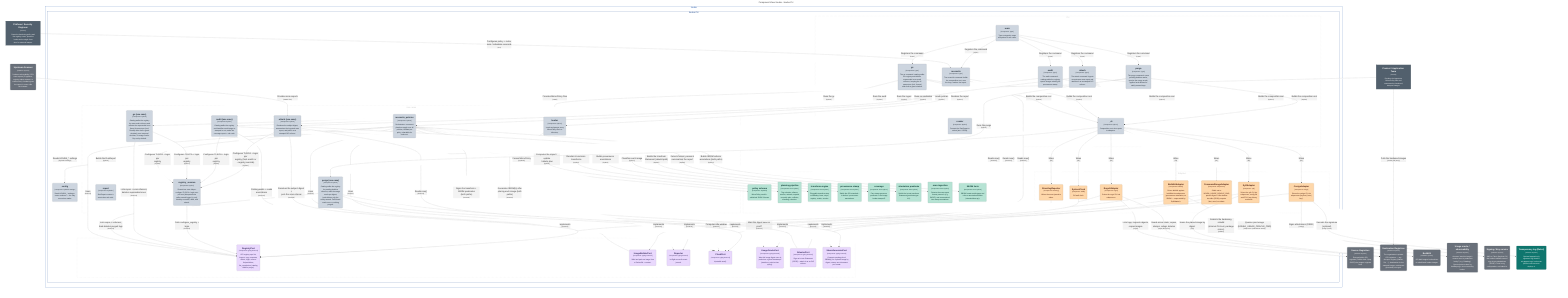
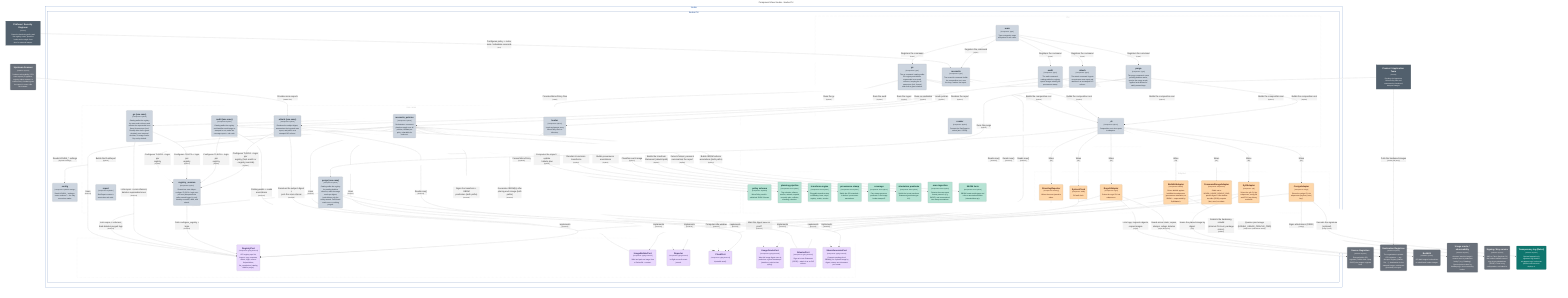
graph LR
  linkStyle default fill:#ffffff

  subgraph diagram ["Component View: houba - houba CLI"]
    style diagram fill:#ffffff,stroke:#ffffff

    1["<div style='font-weight: bold'>Platform / Security Engineer</div><div style='font-size: 70%; margin-top: 0px'>[Person]</div><div style='font-size: 80%; margin-top:10px'>Owns the hardening policy and<br />the registry roster; operates<br />houba as the single front<br />door for external images.</div>"]
    style 1 fill:#52606d,stroke:#39434c,color:#ffffff
    2["<div style='font-weight: bold'>Product / Application Team</div><div style='font-size: 70%; margin-top: 0px'>[Person]</div><div style='font-size: 80%; margin-top:10px'>Declares its imports as<br />MirrorPolicy files and<br />consumes the hardened,<br />stamped images.</div>"]
    style 2 fill:#52606d,stroke:#39434c,color:#ffffff

    50("<div style='font-weight: bold'>Source Registries</div><div style='font-size: 70%; margin-top: 0px'>[Software System]</div><div style='font-size: 80%; margin-top:10px'>External public OCI<br />registries (Docker Hub, Quay,<br />GHCR) the images originate<br />from.</div>")
    style 50 fill:#69707a,stroke:#494e55,color:#ffffff
    51("<div style='font-weight: bold'>Destination Registries</div><div style='font-size: 70%; margin-top: 0px'>[Software System]</div><div style='font-size: 80%; margin-top:10px'>The organization's private<br />OCI registries — any<br />dist-spec registry (Harbor,<br />Zot, …); destination for the<br />stamped images, addressed<br />generically via regctl.</div>")
    style 51 fill:#69707a,stroke:#494e55,color:#ffffff
    52("<div style='font-weight: bold'>BuildKit</div><div style='font-size: 70%; margin-top: 0px'>[Software System]</div><div style='font-size: 80%; margin-top:10px'>OCI build engine houba drives<br />to rebuild and harden images.</div>")
    style 52 fill:#69707a,stroke:#494e55,color:#ffffff
    56("<div style='font-weight: bold'>Usage oracle / observability</div><div style='font-size: 70%; margin-top: 0px'>[Software System]</div><div style='font-size: 80%; margin-top:10px'>Answers 'was this image's<br />content seen in production<br />lately?' (e.g. Datadog).<br />Queried point-in-time by<br />houba purge; never owned by<br />houba.</div>")
    style 56 fill:#69707a,stroke:#494e55,color:#ffffff
    57("<div style='font-weight: bold'>Signing / Key service</div><div style='font-size: 70%; margin-top: 0px'>[Software System]</div><div style='font-size: 80%; margin-top:10px'>KMS or Fulcio (keyless CA)<br />that houba's attestor uses to<br />sign in-toto attestations<br />(DSSE). Trust is org<br />configuration, not baked in.</div>")
    style 57 fill:#69707a,stroke:#494e55,color:#ffffff
    58("<div style='font-weight: bold'>Transparency log (Rekor)</div><div style='font-size: 70%; margin-top: 0px'>[Software System]</div><div style='font-size: 80%; margin-top:10px'>Optional append-only<br />signature log; blank in<br />air-gapped orgs. houba can<br />point at one but never<br />deploys it.</div>")
    style 58 fill:#0f766e,stroke:#0a524d,color:#ffffff
    59("<div style='font-weight: bold'>Upstream Scanner</div><div style='font-size: 70%; margin-top: 0px'>[Software System]</div><div style='font-size: 80%; margin-top:10px'>Produces vulnerability / EOL<br />scan reports (CI pipeline,<br />registry-native scanner, or<br />scan service). houba ingests<br />the report; it never calls<br />the scanner.</div>")
    style 59 fill:#69707a,stroke:#494e55,color:#ffffff

    subgraph 4 ["houba"]
      style 4 fill:#ffffff,stroke:#154da4,color:#154da4

      subgraph 5 ["houba CLI"]
        style 5 fill:#ffffff,stroke:#19458c,color:#19458c

        subgraph group1 ["Adapters"]
          style group1 fill:#ffffff,stroke:#cccccc,color:#cccccc,stroke-dasharray:5

          37("<div style='font-weight: bold'>RegctlAdapter</div><div style='font-size: 70%; margin-top: 0px'>[Component: regctl]</div><div style='font-size: 80%; margin-top:10px'>Drives the regctl CLI via<br />subprocess.</div>")
          style 37 fill:#fed7aa,stroke:#b19676,color:#4a1b0c
          38("<div style='font-weight: bold'>BuildkitAdapter</div><div style='font-size: 70%; margin-top: 0px'>[Component: buildctl]</div><div style='font-size: 80%; margin-top:10px'>Drives buildctl against<br />buildkitd via subprocess<br />(provenance attestation; no<br />SBOM — superseded by<br />SyftAdapter).</div>")
          style 38 fill:#fed7aa,stroke:#b19676,color:#4a1b0c
          39("<div style='font-weight: bold'>StructlogReporter</div><div style='font-size: 70%; margin-top: 0px'>[Component: structlog]</div><div style='font-size: 80%; margin-top:10px'>Writes the event journal to<br />stderr.</div>")
          style 39 fill:#fed7aa,stroke:#b19676,color:#4a1b0c
          40("<div style='font-weight: bold'>SystemClock</div><div style='font-size: 70%; margin-top: 0px'>[Component: stdlib]</div><div style='font-size: 80%; margin-top:10px'>OS wall clock.</div>")
          style 40 fill:#fed7aa,stroke:#b19676,color:#4a1b0c
          41("<div style='font-weight: bold'>CommandUsageAdapter</div><div style='font-size: 70%; margin-top: 0px'>[Component: subprocess]</div><div style='font-size: 80%; margin-top:10px'>Shells out to<br />HOUBA_USAGE_ORACLE_CMD;<br />passes digest + idle window<br />via stdin (JSON); expects<br />{last_seen} on stdout.</div>")
          style 41 fill:#fed7aa,stroke:#b19676,color:#4a1b0c
          42("<div style='font-weight: bold'>CosignAdapter</div><div style='font-size: 70%; margin-top: 0px'>[Component: cosign]</div><div style='font-size: 80%; margin-top:10px'>Drives the cosign CLI via<br />subprocess (keyless | kms |<br />key).</div>")
          style 42 fill:#fed7aa,stroke:#b19676,color:#4a1b0c
          43("<div style='font-weight: bold'>SyftAdapter</div><div style='font-size: 70%; margin-top: 0px'>[Component: syft]</div><div style='font-size: 80%; margin-top:10px'>Drives the syft CLI via<br />subprocess; config-file<br />auth/TLS; lazy binary<br />resolution.</div>")
          style 43 fill:#fed7aa,stroke:#b19676,color:#4a1b0c
        end

        subgraph group2 ["CLI"]
          style group2 fill:#ffffff,stroke:#cccccc,color:#cccccc,stroke-dasharray:5

          10("<div style='font-weight: bold'>attach</div><div style='font-size: 70%; margin-top: 0px'>[Component: Typer]</div><div style='font-size: 80%; margin-top:10px'>The attach command: ingests<br />an upstream scan report and<br />attaches it as a stamped OCI<br />referrer.</div>")
          style 10 fill:#cdd5df,stroke:#8f959c,color:#1f2933
          11("<div style='font-weight: bold'>gc</div><div style='font-size: 70%; margin-top: 0px'>[Component: Typer]</div><div style='font-size: 80%; margin-top:10px'>The gc command: catalog-walks<br />the registry and deletes<br />superseded scan-result<br />referrers, keeping the N<br />newest per (tool, format)<br />older than a grace window.</div>")
          style 11 fill:#cdd5df,stroke:#8f959c,color:#1f2933
          12("<div style='font-weight: bold'>render</div><div style='font-size: 70%; margin-top: 0px'>[Component: Python]</div><div style='font-size: 80%; margin-top:10px'>Formats the RunReport to<br />stdout (text / JSON).</div>")
          style 12 fill:#cdd5df,stroke:#8f959c,color:#1f2933
          13("<div style='font-weight: bold'>_di</div><div style='font-size: 70%; margin-top: 0px'>[Component: Python]</div><div style='font-size: 80%; margin-top:10px'>Composition root: wires ports<br />to adapters.</div>")
          style 13 fill:#cdd5df,stroke:#8f959c,color:#1f2933
          6("<div style='font-weight: bold'>main</div><div style='font-size: 70%; margin-top: 0px'>[Component: Typer]</div><div style='font-size: 80%; margin-top:10px'>Typer entrypoint; maps<br />exceptions to exit codes.</div>")
          style 6 fill:#cdd5df,stroke:#8f959c,color:#1f2933
          7("<div style='font-weight: bold'>reconcile</div><div style='font-size: 70%; margin-top: 0px'>[Component: Typer]</div><div style='font-size: 80%; margin-top:10px'>The reconcile command: builds<br />the composition root, runs<br />the loop, renders the report.</div>")
          style 7 fill:#cdd5df,stroke:#8f959c,color:#1f2933
          8("<div style='font-weight: bold'>purge</div><div style='font-size: 70%; margin-top: 0px'>[Component: Typer]</div><div style='font-size: 80%; margin-top:10px'>The purge command: scans<br />pending-deletion marks,<br />queries the usage oracle,<br />applies hard-deletes for<br />safely-unused tags.</div>")
          style 8 fill:#cdd5df,stroke:#8f959c,color:#1f2933
          9("<div style='font-weight: bold'>audit</div><div style='font-size: 70%; margin-top: 0px'>[Component: Typer]</div><div style='font-size: 80%; margin-top:10px'>The audit command:<br />catalog-walks the registry,<br />reports images missing the<br />provenance stamp.</div>")
          style 9 fill:#cdd5df,stroke:#8f959c,color:#1f2933
        end

        subgraph group3 ["Domain (pure)"]
          style group3 fill:#ffffff,stroke:#cccccc,color:#cccccc,stroke-dasharray:5

          22("<div style='font-weight: bold'>policy schema</div><div style='font-size: 70%; margin-top: 0px'>[Component: Pydantic]</div><div style='font-size: 80%; margin-top:10px'>MirrorPolicy model +<br />published JSON Schema.</div>")
          style 22 fill:#b6e3d4,stroke:#7f9e94,color:#04342c
          23("<div style='font-weight: bold'>planning pipeline</div><div style='font-size: 70%; margin-top: 0px'>[Component: Pure Python]</div><div style='font-size: 80%; margin-top:10px'>Tag selection, aliases,<br />semver, variants, expand,<br />reconcile plan, collision,<br />sharding, retention.</div>")
          style 23 fill:#b6e3d4,stroke:#7f9e94,color:#04342c
          24("<div style='font-weight: bold'>transform engine</div><div style='font-size: 70%; margin-top: 0px'>[Component: Pure Python]</div><div style='font-size: 80%; margin-top:10px'>Pluggable transform-step<br />vocabulary: base, steps,<br />registry, render, version.</div>")
          style 24 fill:#b6e3d4,stroke:#7f9e94,color:#04342c
          25("<div style='font-weight: bold'>provenance stamp</div><div style='font-size: 70%; margin-top: 0px'>[Component: Pure Python]</div><div style='font-size: 80%; margin-top:10px'>Builds the OCI-standard +<br />io.houba.* provenance<br />annotations.</div>")
          style 25 fill:#b6e3d4,stroke:#7f9e94,color:#04342c
          26("<div style='font-weight: bold'>coverage</div><div style='font-size: 70%; margin-top: 0px'>[Component: Pure Python]</div><div style='font-size: 80%; margin-top:10px'>Pure stamp-presence<br />predicate: is the image<br />houba-stamped?</div>")
          style 26 fill:#b6e3d4,stroke:#7f9e94,color:#04342c
          27("<div style='font-weight: bold'>attestation predicate</div><div style='font-size: 70%; margin-top: 0px'>[Component: Pure Python]</div><div style='font-size: 80%; margin-top:10px'>Builds the in-toto transform<br />Statement (predicate type<br />/v1).</div>")
          style 27 fill:#b6e3d4,stroke:#7f9e94,color:#04342c
          28("<div style='font-weight: bold'>scan ingestion</div><div style='font-size: 70%; margin-top: 0px'>[Component: Pure Python]</div><div style='font-size: 80%; margin-top:10px'>Detects the scan-report<br />format, parses it (e.g.<br />SARIF), and summarizes it<br />into stamp annotations.</div>")
          style 28 fill:#b6e3d4,stroke:#7f9e94,color:#04342c
          29("<div style='font-weight: bold'>SBOM facts</div><div style='font-size: 70%; margin-top: 0px'>[Component: Pure Python]</div><div style='font-size: 80%; margin-top:10px'>SBOM format media-types and<br />referrer annotation builder<br />(domain/sbom.py).</div>")
          style 29 fill:#b6e3d4,stroke:#7f9e94,color:#04342c
        end

        subgraph group4 ["Ports"]
          style group4 fill:#ffffff,stroke:#cccccc,color:#cccccc,stroke-dasharray:5

          30("<div style='font-weight: bold'>RegistryPort</div><div style='font-size: 70%; margin-top: 0px'>[Component: typing.Protocol]</div><div style='font-size: 80%; margin-top:10px'>OCI registry ops: list,<br />inspect, copy, annotate,<br />delete, login, referrer<br />list/put/delete;<br />list_repositories (catalog<br />walk for purge).</div>")
          style 30 fill:#e9d8fd,stroke:#a397b1,color:#322659
          31("<div style='font-weight: bold'>ImageBuilderPort</div><div style='font-size: 70%; margin-top: 0px'>[Component: typing.Protocol]</div><div style='font-size: 80%; margin-top:10px'>Build and push an image from<br />a Dockerfile + context.</div>")
          style 31 fill:#e9d8fd,stroke:#a397b1,color:#322659
          32("<div style='font-weight: bold'>Reporter</div><div style='font-size: 70%; margin-top: 0px'>[Component: typing.Protocol]</div><div style='font-size: 80%; margin-top:10px'>In-flight reconcile event<br />journal.</div>")
          style 32 fill:#e9d8fd,stroke:#a397b1,color:#322659
          33("<div style='font-weight: bold'>ClockPort</div><div style='font-size: 70%; margin-top: 0px'>[Component: typing.Protocol]</div><div style='font-size: 80%; margin-top:10px'>Injectable now().</div>")
          style 33 fill:#e9d8fd,stroke:#a397b1,color:#322659
          34("<div style='font-weight: bold'>UsageOraclePort</div><div style='font-size: 70%; margin-top: 0px'>[Component: typing.Protocol]</div><div style='font-size: 80%; margin-top:10px'>Was this image digest seen in<br />prod since a given timestamp?<br />(stateless, point-in-time<br />query).</div>")
          style 34 fill:#e9d8fd,stroke:#a397b1,color:#322659
          35("<div style='font-weight: bold'>AttestorPort</div><div style='font-size: 70%; margin-top: 0px'>[Component: typing.Protocol]</div><div style='font-size: 80%; margin-top:10px'>Sign an in-toto Statement<br />(DSSE) + attach it as an OCI<br />referrer.</div>")
          style 35 fill:#e9d8fd,stroke:#a397b1,color:#322659
          36("<div style='font-weight: bold'>SbomGeneratorPort</div><div style='font-size: 70%; margin-top: 0px'>[Component: typing.Protocol]</div><div style='font-size: 80%; margin-top:10px'>Generate package-level<br />SBOM(s) for a placed image by<br />digest; returns one document<br />per format.</div>")
          style 36 fill:#e9d8fd,stroke:#a397b1,color:#322659
        end

        subgraph group5 ["Use cases"]
          style group5 fill:#ffffff,stroke:#cccccc,color:#cccccc,stroke-dasharray:5

          14("<div style='font-weight: bold'>loader</div><div style='font-size: 70%; margin-top: 0px'>[Component: Python]</div><div style='font-size: 80%; margin-top:10px'>Loads and parses every<br />MirrorPolicy file in a<br />directory.</div>")
          style 14 fill:#cdd5df,stroke:#8f959c,color:#1f2933
          15("<div style='font-weight: bold'>reconcile_policies</div><div style='font-size: 70%; margin-top: 0px'>[Component: Python]</div><div style='font-size: 80%; margin-top:10px'>Orchestrator: concurrent<br />plan-then-apply over all<br />policies, isolated per<br />policy, shardable for<br />scale-out.</div>")
          style 15 fill:#cdd5df,stroke:#8f959c,color:#1f2933
          16("<div style='font-weight: bold'>purge (use case)</div><div style='font-size: 70%; margin-top: 0px'>[Component: Python]</div><div style='font-size: 80%; margin-top:10px'>Catalog-walks the registry<br />for pending-deletion<br />referrers; asks the usage<br />oracle per digest;<br />hard-deletes only the<br />safely-unused. Fail-closed:<br />oracle error ⇒ nothing<br />purged.</div>")
          style 16 fill:#cdd5df,stroke:#8f959c,color:#1f2933
          17("<div style='font-weight: bold'>audit (use case)</div><div style='font-size: 70%; margin-top: 0px'>[Component: Python]</div><div style='font-size: 80%; margin-top:10px'>Catalog-walks the registry<br />and classifies each image as<br />stamped or not; emits the<br />coverage report + exit code.</div>")
          style 17 fill:#cdd5df,stroke:#8f959c,color:#1f2933
          18("<div style='font-weight: bold'>attach (use case)</div><div style='font-size: 70%; margin-top: 0px'>[Component: Python]</div><div style='font-size: 80%; margin-top:10px'>Resolves the subject digest,<br />summarizes the ingested scan<br />report, and puts it as a<br />stamped OCI referrer.</div>")
          style 18 fill:#cdd5df,stroke:#8f959c,color:#1f2933
          19("<div style='font-weight: bold'>gc (use case)</div><div style='font-size: 70%; margin-top: 0px'>[Component: Python]</div><div style='font-size: 80%; margin-top:10px'>Catalog-walks the registry<br />for scan-result referrers and<br />collects the superseded ones<br />(keep N newest per (tool,<br />format) older than a grace<br />window); pure temporal<br />decision, no usage oracle.<br />Dry-run by default.</div>")
          style 19 fill:#cdd5df,stroke:#8f959c,color:#1f2933
          20("<div style='font-weight: bold'>report</div><div style='font-size: 70%; margin-top: 0px'>[Component: Pydantic]</div><div style='font-size: 80%; margin-top:10px'>RunReport contract +<br />worst-wins exit code.</div>")
          style 20 fill:#cdd5df,stroke:#8f959c,color:#1f2933
          21("<div style='font-weight: bold'>registry_session</div><div style='font-size: 70%; margin-top: 0px'>[Component: Python]</div><div style='font-size: 80%; margin-top:10px'>Shared use-case helper:<br />configure TLS/CA + login once<br />per host (idempotent via<br />caller-owned logged_in set).<br />Used by reconcile, audit, and<br />attach.</div>")
          style 21 fill:#cdd5df,stroke:#8f959c,color:#1f2933
        end

        44("<div style='font-weight: bold'>config</div><div style='font-size: 70%; margin-top: 0px'>[Component: Pydantic Settings]</div><div style='font-size: 80%; margin-top:10px'>Reads HOUBA_* settings +<br />roster resolvers — the only<br />os.environ reader.</div>")
        style 44 fill:#cdd5df,stroke:#8f959c,color:#1f2933
      end

    end

    8-. "<div>Reads now()</div><div style='font-size: 70%'>[Protocol]</div>" .->33
    11-. "<div>Builds the composition root</div><div style='font-size: 70%'>[Python]</div>" .->13
    11-. "<div>Runs the gc</div><div style='font-size: 70%'>[Python]</div>" .->19
    11-. "<div>Reads now()</div><div style='font-size: 70%'>[Protocol]</div>" .->33
    7-. "<div>Builds the composition root</div><div style='font-size: 70%'>[Python]</div>" .->13
    7-. "<div>Loads policies</div><div style='font-size: 70%'>[Python]</div>" .->14
    7-. "<div>Runs reconciliation</div><div style='font-size: 70%'>[Python]</div>" .->15
    7-. "<div>Renders the report</div><div style='font-size: 70%'>[Python]</div>" .->12
    7-. "<div>Reads now()</div><div style='font-size: 70%'>[Protocol]</div>" .->33
    13-. "<div>Reads HOUBA_* settings</div><div style='font-size: 70%'>[Pydantic Settings]</div>" .->44
    13-. "<div>Wires</div><div style='font-size: 70%'>[DI]</div>" .->37
    13-. "<div>Wires</div><div style='font-size: 70%'>[DI]</div>" .->38
    13-. "<div>Wires</div><div style='font-size: 70%'>[DI]</div>" .->39
    13-. "<div>Wires</div><div style='font-size: 70%'>[DI]</div>" .->40
    13-. "<div>Wires</div><div style='font-size: 70%'>[DI]</div>" .->41
    14-. "<div>Parses MirrorPolicy</div><div style='font-size: 70%'>[Pydantic]</div>" .->22
    15-. "<div>Builds the RunReport</div><div style='font-size: 70%'>[Python]</div>" .->20
    15-. "<div>Computes the import / update<br />/ delete plan</div><div style='font-size: 70%'>[Python]</div>" .->23
    15-. "<div>Renders & versions transforms</div><div style='font-size: 70%'>[Python]</div>" .->24
    15-. "<div>Builds provenance annotations</div><div style='font-size: 70%'>[Python]</div>" .->25
    15-. "<div>Uses</div><div style='font-size: 70%'>[Protocol]</div>" .->30
    15-. "<div>Uses</div><div style='font-size: 70%'>[Protocol]</div>" .->31
    15-. "<div>Uses</div><div style='font-size: 70%'>[Protocol]</div>" .->32
    15-. "<div>Configures TLS/CA + login per<br />registry</div><div style='font-size: 70%'>[Python]</div>" .->21
    16-. "<div>Lists repos + referrers;<br />hard-deletes purged tags</div><div style='font-size: 70%'>[Protocol]</div>" .->30
    16-. "<div>Was this digest seen in prod?</div><div style='font-size: 70%'>[Protocol]</div>" .->34
    16-. "<div>Computes idle window</div><div style='font-size: 70%'>[Protocol]</div>" .->33
    19-. "<div>Lists repos + scan referrers;<br />deletes superseded ones</div><div style='font-size: 70%'>[Protocol]</div>" .->30
    19-. "<div>Configures TLS/CA + login per<br />registry</div><div style='font-size: 70%'>[Python]</div>" .->21
    21-. "<div>Calls configure_registry +<br />login</div><div style='font-size: 70%'>[Protocol]</div>" .->30
    37-. "<div>Implements</div><div style='font-size: 70%'>[Protocol]</div>" .->30
    38-. "<div>Implements</div><div style='font-size: 70%'>[Protocol]</div>" .->31
    39-. "<div>Implements</div><div style='font-size: 70%'>[Protocol]</div>" .->32
    40-. "<div>Implements</div><div style='font-size: 70%'>[Protocol]</div>" .->33
    41-. "<div>Implements</div><div style='font-size: 70%'>[Protocol]</div>" .->34
    37-. "<div>Lists tags, inspects digests,<br />copies images</div><div style='font-size: 70%'>[regctl]</div>" .->50
    37-. "<div>Reads mirror state; copies,<br />stamps, retags, deletes</div><div style='font-size: 70%'>[regctl (dist-spec)]</div>" .->51
    38-. "<div>Submits the hardening rebuild<br />(internal CA trust, package<br />mirror)</div><div style='font-size: 70%'>[buildctl]</div>" .->52
    41-. "<div>Queries prod usage<br />(HOUBA_USAGE_ORACLE_CMD)</div><div style='font-size: 70%'>[subprocess (stdin/stdout JSON)]</div>" .->56
    15-. "<div>Builds the transform<br />Statement (rebuild path)</div><div style='font-size: 70%'>[Python]</div>" .->27
-     15-. "<div>Signs the transform + SBOM predicates<br />(both paths)</div><div style='font-size: 70%'>[Protocol]</div>" .->35
+     15-. "<div>Signs the transform + SBOM<br />predicates (both paths)</div><div style='font-size: 70%'>[Protocol]</div>" .->35
    15-. "<div>Builds SBOM referrer<br />annotations (both paths)</div><div style='font-size: 70%'>[Python]</div>" .->29
    13-. "<div>Wires</div><div style='font-size: 70%'>[DI]</div>" .->42
    42-. "<div>Implements</div><div style='font-size: 70%'>[Protocol]</div>" .->35
    42-. "<div>Signs attestations (DSSE)</div><div style='font-size: 70%'>[cosign]</div>" .->57
    42-. "<div>Records the signature<br />(optional)</div><div style='font-size: 70%'>[cosign / rekor]</div>" .->58
    13-. "<div>Wires</div><div style='font-size: 70%'>[DI]</div>" .->43
    43-. "<div>Implements</div><div style='font-size: 70%'>[Protocol]</div>" .->36
    15-. "<div>Generates SBOM(s) after<br />placing each image (both<br />paths)</div><div style='font-size: 70%'>[Protocol]</div>" .->36
    43-. "<div>Scans the placed image by<br />digest</div><div style='font-size: 70%'>[syft]</div>" .->51
    2-. "<div>Pulls the hardened images</div><div style='font-size: 70%'>[docker pull (OCI)]</div>" .->51
    1-. "<div>Configures policy + roster,<br />runs / schedules reconcile</div><div style='font-size: 70%'>[CLI]</div>" .->7
    2-. "<div>Provides MirrorPolicy files</div><div style='font-size: 70%'>[YAML]</div>" .->14
    6-. "<div>Registers the command</div><div style='font-size: 70%'>[Typer]</div>" .->7
    6-. "<div>Registers the command</div><div style='font-size: 70%'>[Typer]</div>" .->8
    6-. "<div>Registers the command</div><div style='font-size: 70%'>[Typer]</div>" .->9
    6-. "<div>Registers the command</div><div style='font-size: 70%'>[Typer]</div>" .->10
    6-. "<div>Registers the command</div><div style='font-size: 70%'>[Typer]</div>" .->11
    9-. "<div>Builds the composition root</div><div style='font-size: 70%'>[Python]</div>" .->13
    9-. "<div>Runs the audit</div><div style='font-size: 70%'>[Python]</div>" .->17
    17-. "<div>Classifies each image</div><div style='font-size: 70%'>[Python]</div>" .->26
    17-. "<div>Catalog-walks + reads<br />annotations</div><div style='font-size: 70%'>[Protocol]</div>" .->30
    17-. "<div>Configures TLS/CA + login per<br />registry</div><div style='font-size: 70%'>[Python]</div>" .->21
    10-. "<div>Builds the composition root</div><div style='font-size: 70%'>[Python]</div>" .->13
    10-. "<div>Runs the ingest</div><div style='font-size: 70%'>[Python]</div>" .->18
    59-. "<div>Provides scan reports</div><div style='font-size: 70%'>[SARIF / file]</div>" .->18
    18-. "<div>Detects format, parses &<br />summarizes the report</div><div style='font-size: 70%'>[Python]</div>" .->28
    18-. "<div>Resolves the subject digest +<br />puts the scan referrer</div><div style='font-size: 70%'>[Protocol]</div>" .->30
    18-. "<div>Reads now()</div><div style='font-size: 70%'>[Protocol]</div>" .->33
    18-. "<div>Configures TLS/CA + login per<br />registry (host-match or<br />--registry override)</div><div style='font-size: 70%'>[Python]</div>" .->21
    8-. "<div>Builds the composition root</div><div style='font-size: 70%'>[Python]</div>" .->13
    8-. "<div>Runs the purge</div><div style='font-size: 70%'>[Python]</div>" .->16

  end